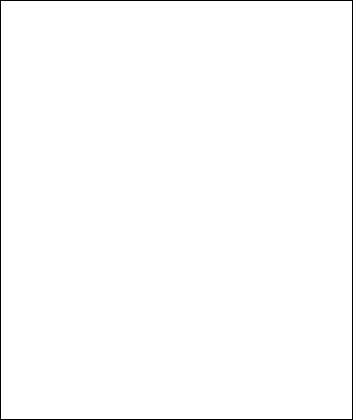
This is exercise/uml/submission/sec02/nurfarahadibah/UC3.drawio.png from drshahizan/software-engineering, a draw.io export, as it was before one commit. Source tidied: cells renumbered, new cells last; positions are measured from the earlier drawing's top-left corner, leaving out a move shared by most shapes.
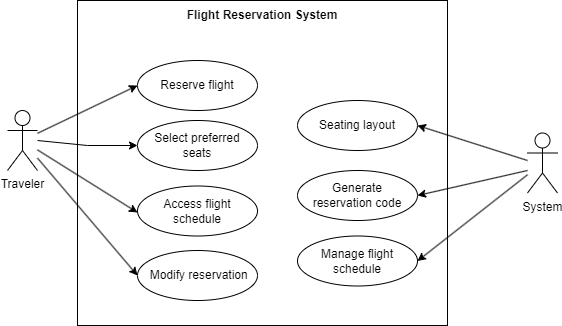
After the commit.

Diff of the diagram source:
```diff
@@ -2,8 +2,70 @@
   <root>
     <mxCell id="0" />
     <mxCell id="1" parent="0" />
-    <mxCell id="2" style="rounded=0;whiteSpace=wrap;html=1;fontSize=16;" parent="1" vertex="1">
-      <mxGeometry width="352" height="419" as="geometry" />
+    <mxCell id="2" style="rounded=0;whiteSpace=wrap;html=1;fontSize=16;fillColor=none;" parent="1" vertex="1">
+      <mxGeometry width="370" height="325" as="geometry" />
     </mxCell>
+    <mxCell id="3" value="&lt;b&gt;Flight Reservation System&lt;/b&gt;" style="text;html=1;strokeColor=none;fillColor=none;align=center;verticalAlign=middle;whiteSpace=wrap;rounded=0;" parent="1" vertex="1">
+      <mxGeometry x="100" width="170" height="30" as="geometry" />
+    </mxCell>
+    <mxCell id="4" value="Reserve flight" style="ellipse;whiteSpace=wrap;html=1;" parent="1" vertex="1">
+      <mxGeometry x="60" y="60" width="120" height="50" as="geometry" />
+    </mxCell>
+    <mxCell id="5" value="Select preferred &lt;br&gt;seats" style="ellipse;whiteSpace=wrap;html=1;" parent="1" vertex="1">
+      <mxGeometry x="60" y="120" width="120" height="50" as="geometry" />
+    </mxCell>
+    <mxCell id="6" value="Seating layout" style="ellipse;whiteSpace=wrap;html=1;" parent="1" vertex="1">
+      <mxGeometry x="220" y="100" width="120" height="50" as="geometry" />
+    </mxCell>
+    <mxCell id="7" value="Access flight &lt;br&gt;schedule" style="ellipse;whiteSpace=wrap;html=1;" parent="1" vertex="1">
+      <mxGeometry x="60" y="185.5" width="120" height="50" as="geometry" />
+    </mxCell>
+    <mxCell id="8" value="Manage flight schedule" style="ellipse;whiteSpace=wrap;html=1;" parent="1" vertex="1">
+      <mxGeometry x="220" y="235.5" width="120" height="50" as="geometry" />
+    </mxCell>
+    <mxCell id="9" value="&amp;nbsp;Modify reservation" style="ellipse;whiteSpace=wrap;html=1;" parent="1" vertex="1">
+      <mxGeometry x="60" y="250" width="120" height="50" as="geometry" />
+    </mxCell>
+    <mxCell id="10" value="Generate &lt;br&gt;reservation code" style="ellipse;whiteSpace=wrap;html=1;" parent="1" vertex="1">
+      <mxGeometry x="220" y="170" width="120" height="50" as="geometry" />
+    </mxCell>
+    <mxCell id="11" value="Traveler" style="shape=umlActor;verticalLabelPosition=bottom;verticalAlign=top;html=1;outlineConnect=0;" parent="1" vertex="1">
+      <mxGeometry x="-70" y="110" width="30" height="60" as="geometry" />
+    </mxCell>
+    <mxCell id="12" value="System" style="shape=umlActor;verticalLabelPosition=bottom;verticalAlign=top;html=1;outlineConnect=0;" parent="1" vertex="1">
+      <mxGeometry x="450" y="132.5" width="30" height="60" as="geometry" />
+    </mxCell>
+    <mxCell id="13" style="endArrow=classic;html=1;rounded=0;entryX=0;entryY=0.5;entryDx=0;entryDy=0;" parent="1" edge="1" source="11" target="4">
+      <mxGeometry relative="1" as="geometry" />
+    </mxCell>
+    <mxCell id="14" style="endArrow=classic;html=1;rounded=0;entryX=0;entryY=0.5;entryDx=0;entryDy=0;" parent="1" edge="1" target="5">
+      <mxGeometry relative="1" as="geometry">
+        <mxPoint x="-40" y="140" as="sourcePoint" />
+        <Array as="points">
+          <mxPoint x="10" y="145" />
+        </Array>
+      </mxGeometry>
+    </mxCell>
+    <mxCell id="15" style="endArrow=classic;html=1;rounded=0;entryX=0;entryY=0.5;entryDx=0;entryDy=0;" parent="1" edge="1" source="11">
+      <mxGeometry relative="1" as="geometry">
+        <mxPoint x="60" y="212" as="targetPoint" />
+      </mxGeometry>
+    </mxCell>
+    <mxCell id="16" style="endArrow=classic;html=1;rounded=0;entryX=0;entryY=0.5;entryDx=0;entryDy=0;" parent="1" edge="1" source="11" target="9">
+      <mxGeometry relative="1" as="geometry" />
+    </mxCell>
+    <mxCell id="17" style="endArrow=classic;html=1;rounded=0;entryX=1;entryY=0.5;entryDx=0;entryDy=0;" parent="1" edge="1" source="12" target="8">
+      <mxGeometry relative="1" as="geometry" />
+    </mxCell>
+    <mxCell id="18" style="endArrow=classic;html=1;rounded=0;entryX=1;entryY=0.5;entryDx=0;entryDy=0;" parent="1" edge="1" target="6">
+      <mxGeometry relative="1" as="geometry">
+        <mxPoint x="450" y="160" as="sourcePoint" />
+      </mxGeometry>
+    </mxCell>
+    <mxCell id="19" style="endArrow=classic;html=1;rounded=0;entryX=1;entryY=0.5;entryDx=0;entryDy=0;" parent="1" edge="1" target="10">
+      <mxGeometry relative="1" as="geometry">
+        <mxPoint x="450" y="170" as="sourcePoint" />
+      </mxGeometry>
+    </mxCell>
   </root>
 </mxGraphModel>
```
